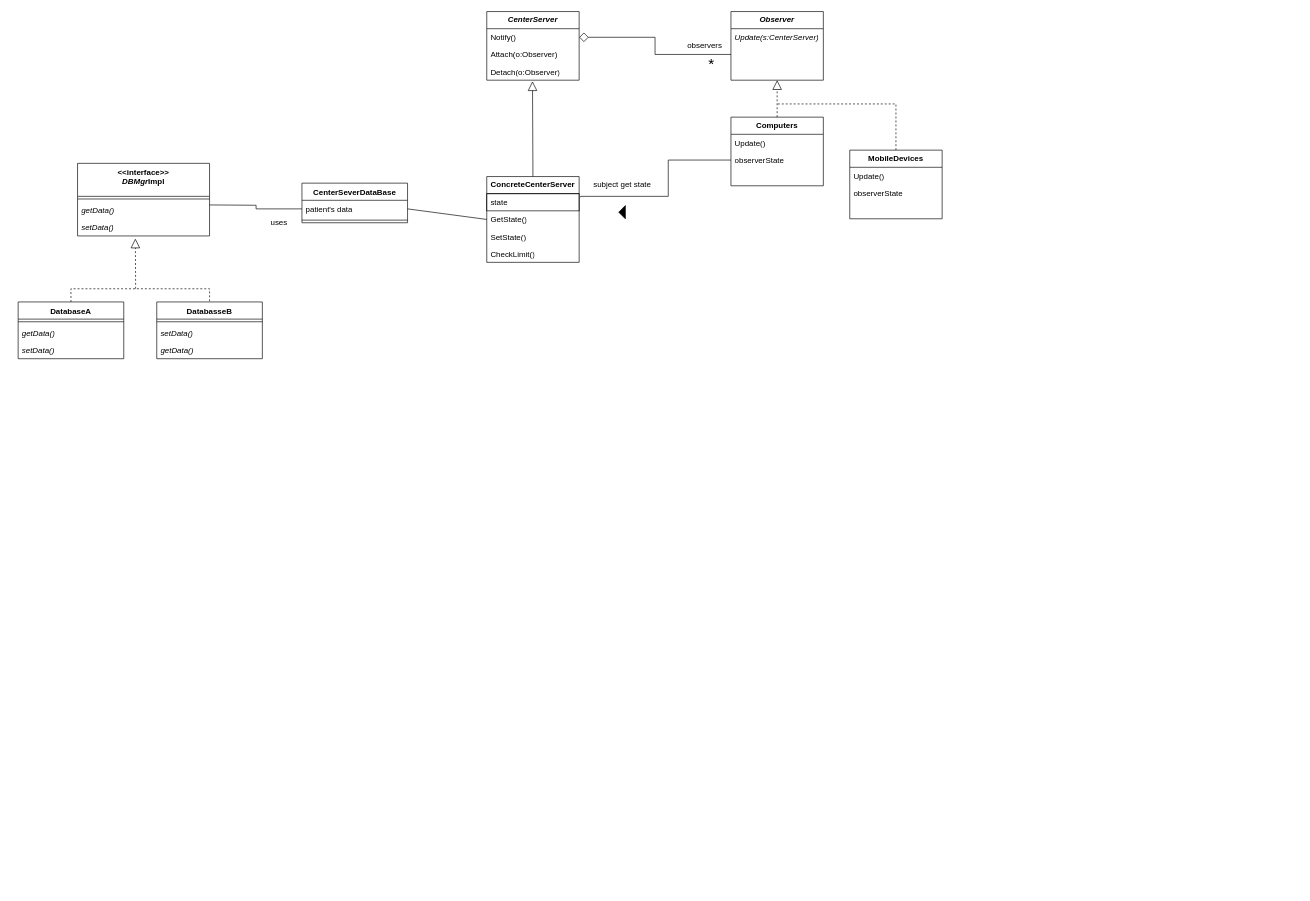
The draw.io diagram Assignment3_CSE4361.drawio in VoHoAnhTuan/Diagrams, before the edit. Source tidied: cells renumbered, new cells numbered last; positions are measured from the earlier drawing's top-left corner, leaving out a move shared by most shapes. Both pictures are drawn from the tidied source at 66%, with x=0, y=0 at pixel (18, 11).
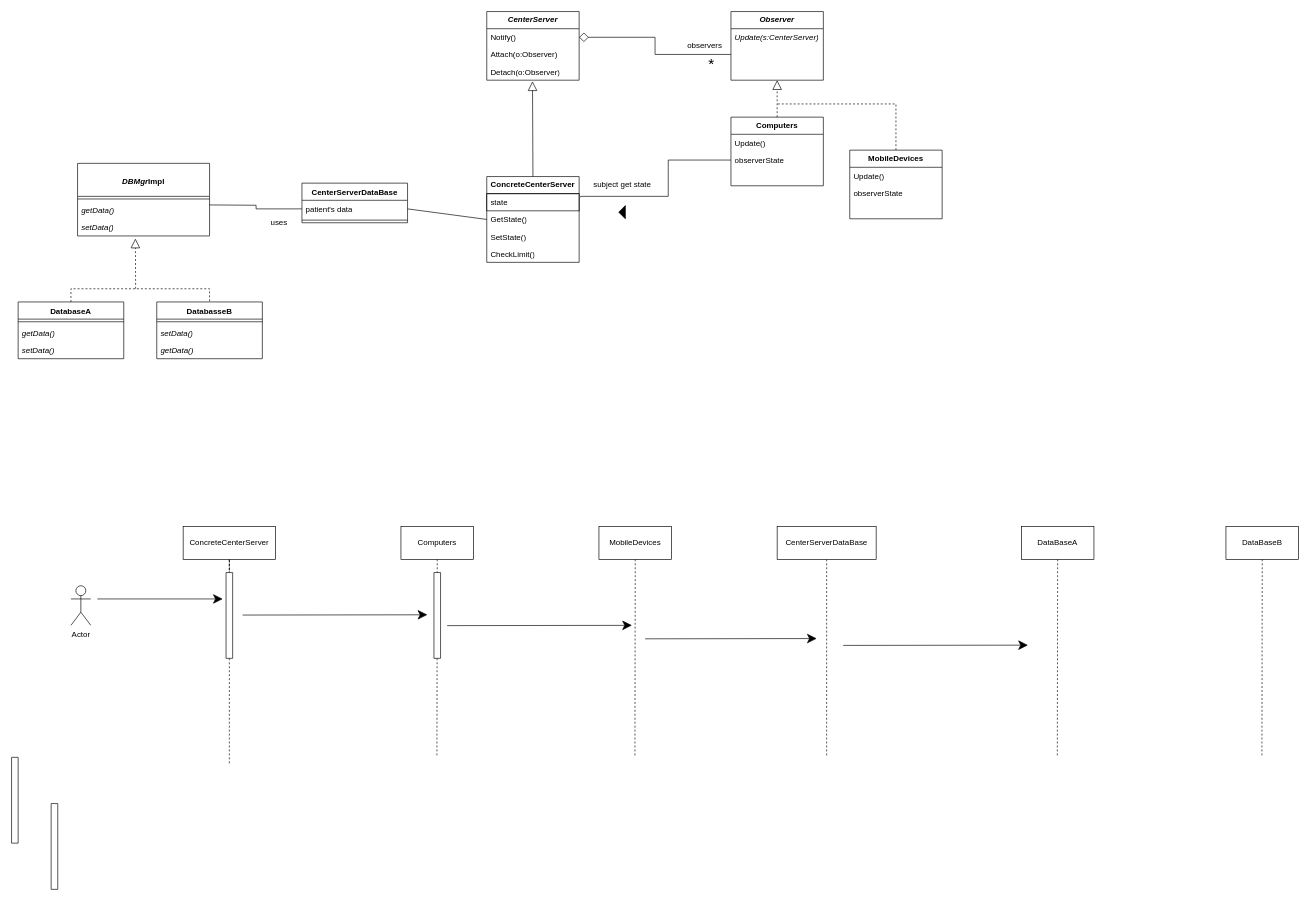
The same page after the edit.

What changed in the source:
```diff
@@
-    <mxCell id="32" value="CenterSeverDataBase" style="swimlane;fontStyle=1;align=center;verticalAlign=top;horizontal=1;startSize=26;whiteSpace=wrap;html=1;" parent="1" vertex="1">
+    <mxCell id="32" value="CenterServerDataBase" style="swimlane;fontStyle=1;align=center;verticalAlign=top;horizontal=1;startSize=26;whiteSpace=wrap;html=1;" parent="1" vertex="1">
       <mxGeometry x="430" y="260" width="160" height="60" as="geometry" />
     </mxCell>
@@
-    <mxCell id="45" value="&amp;lt;&amp;lt;interface&amp;gt;&amp;gt;&lt;br&gt;&lt;div&gt;&lt;i&gt;DBMgr&lt;/i&gt;Impl&lt;/div&gt;" style="swimlane;fontStyle=1;align=center;verticalAlign=top;horizontal=1;startSize=50;whiteSpace=wrap;html=1;" parent="1" vertex="1">
+    <mxCell id="45" value="&lt;br&gt;&lt;div&gt;&lt;i&gt;DBMgr&lt;/i&gt;Impl&lt;/div&gt;" style="swimlane;fontStyle=1;align=center;verticalAlign=top;horizontal=1;startSize=50;whiteSpace=wrap;html=1;" parent="1" vertex="1">
       <mxGeometry x="90" y="230" width="200" height="110" as="geometry" />
     </mxCell>
@@
+    <mxCell id="52" value="Actor" style="shape=umlActor;verticalLabelPosition=bottom;verticalAlign=top;html=1;" parent="1" vertex="1">
+      <mxGeometry x="80" y="870" width="30" height="60" as="geometry" />
+    </mxCell>
+    <mxCell id="53" style="edgeStyle=orthogonalEdgeStyle;rounded=0;jettySize=auto;html=1;exitX=0.5;exitY=1;exitDx=0;exitDy=0;endArrow=none;endFill=0;dashed=1;" parent="1" edge="1" source="66">
+      <mxGeometry relative="1" as="geometry">
+        <mxPoint x="320" y="1140" as="targetPoint" />
+        <Array as="points">
+          <mxPoint x="320" y="1130" />
+        </Array>
+      </mxGeometry>
+    </mxCell>
+    <mxCell id="54" value="ConcreteCenterServer" style="html=1;whiteSpace=wrap;" parent="1" vertex="1">
+      <mxGeometry x="250" y="780" width="140" height="50" as="geometry" />
+    </mxCell>
+    <mxCell id="55" style="edgeStyle=orthogonalEdgeStyle;rounded=0;jettySize=auto;html=1;exitX=0.5;exitY=1;exitDx=0;exitDy=0;endArrow=none;endFill=0;dashed=1;" parent="1" edge="1" source="56">
+      <mxGeometry relative="1" as="geometry">
+        <mxPoint x="634.5" y="1130" as="targetPoint" />
+      </mxGeometry>
+    </mxCell>
+    <mxCell id="56" value="Computers" style="html=1;whiteSpace=wrap;" parent="1" vertex="1">
+      <mxGeometry x="580" y="780" width="110" height="50" as="geometry" />
+    </mxCell>
+    <mxCell id="57" style="edgeStyle=orthogonalEdgeStyle;rounded=0;jettySize=auto;html=1;exitX=0.5;exitY=1;exitDx=0;exitDy=0;endArrow=none;endFill=0;dashed=1;" parent="1" edge="1" source="58">
+      <mxGeometry relative="1" as="geometry">
+        <mxPoint x="934.5" y="1130" as="targetPoint" />
+      </mxGeometry>
+    </mxCell>
+    <mxCell id="58" value="MobileDevices" style="html=1;whiteSpace=wrap;" parent="1" vertex="1">
+      <mxGeometry x="880" y="780" width="110" height="50" as="geometry" />
+    </mxCell>
+    <mxCell id="59" style="edgeStyle=orthogonalEdgeStyle;rounded=0;jettySize=auto;html=1;exitX=0.5;exitY=1;exitDx=0;exitDy=0;endArrow=none;endFill=0;dashed=1;" parent="1" edge="1" source="60">
+      <mxGeometry relative="1" as="geometry">
+        <mxPoint x="1225" y="1130" as="targetPoint" />
+      </mxGeometry>
+    </mxCell>
+    <mxCell id="60" value="CenterServerDataBase" style="html=1;whiteSpace=wrap;" parent="1" vertex="1">
+      <mxGeometry x="1150" y="780" width="150" height="50" as="geometry" />
+    </mxCell>
+    <mxCell id="61" style="edgeStyle=orthogonalEdgeStyle;rounded=0;jettySize=auto;html=1;exitX=0.5;exitY=1;exitDx=0;exitDy=0;endArrow=none;endFill=0;dashed=1;" parent="1" edge="1" source="62">
+      <mxGeometry relative="1" as="geometry">
+        <mxPoint x="1574.5" y="1130" as="targetPoint" />
+      </mxGeometry>
+    </mxCell>
+    <mxCell id="62" value="DataBaseA" style="html=1;whiteSpace=wrap;" parent="1" vertex="1">
+      <mxGeometry x="1520" y="780" width="110" height="50" as="geometry" />
+    </mxCell>
+    <mxCell id="63" style="edgeStyle=orthogonalEdgeStyle;rounded=0;jettySize=auto;html=1;exitX=0.5;exitY=1;exitDx=0;exitDy=0;endArrow=none;endFill=0;dashed=1;" parent="1" edge="1" source="64">
+      <mxGeometry relative="1" as="geometry">
+        <mxPoint x="1884.5" y="1130" as="targetPoint" />
+      </mxGeometry>
+    </mxCell>
+    <mxCell id="64" value="DataBaseB" style="html=1;whiteSpace=wrap;" parent="1" vertex="1">
+      <mxGeometry x="1830" y="780" width="110" height="50" as="geometry" />
+    </mxCell>
+    <mxCell id="65" style="edgeStyle=orthogonalEdgeStyle;rounded=0;jettySize=auto;html=1;exitX=0.5;exitY=1;exitDx=0;exitDy=0;endArrow=none;endFill=0;dashed=1;" parent="1" edge="1" source="54" target="66">
+      <mxGeometry relative="1" as="geometry" />
+    </mxCell>
+    <mxCell id="66" style="verticalLabelPosition=bottom;verticalAlign=top;html=1;shape=mxgraph.basic.rect;fillColor2=none;strokeWidth=1;size=20;indent=5;" parent="1" vertex="1">
+      <mxGeometry x="315" y="850" width="10" height="130" as="geometry" />
+    </mxCell>
+    <mxCell id="67" style="verticalLabelPosition=bottom;verticalAlign=top;html=1;shape=mxgraph.basic.rect;fillColor2=none;strokeWidth=1;size=20;indent=5;" parent="1" vertex="1">
+      <mxGeometry x="630" y="850" width="10" height="130" as="geometry" />
+    </mxCell>
+    <mxCell id="68" style="verticalLabelPosition=bottom;verticalAlign=top;html=1;shape=mxgraph.basic.rect;fillColor2=none;strokeWidth=1;size=20;indent=5;" parent="1" vertex="1">
+      <mxGeometry x="50" y="1200" width="10" height="130" as="geometry" />
+    </mxCell>
+    <mxCell id="69" style="verticalLabelPosition=bottom;verticalAlign=top;html=1;shape=mxgraph.basic.rect;fillColor2=none;strokeWidth=1;size=20;indent=5;" parent="1" vertex="1">
+      <mxGeometry x="-10" y="1130" width="10" height="130" as="geometry" />
+    </mxCell>
+    <mxCell id="70" style="endArrow=classic;endFill=1;endSize=12;html=1;rounded=0;" parent="1" edge="1">
+      <mxGeometry relative="1" as="geometry">
+        <mxPoint x="120" y="890" as="sourcePoint" />
+        <mxPoint x="310" y="890" as="targetPoint" />
+      </mxGeometry>
+    </mxCell>
+    <mxCell id="71" style="endArrow=classic;endFill=1;endSize=12;html=1;rounded=0;" parent="1" edge="1">
+      <mxGeometry relative="1" as="geometry">
+        <mxPoint x="340" y="914.4" as="sourcePoint" />
+        <mxPoint x="620" y="914" as="targetPoint" />
+      </mxGeometry>
+    </mxCell>
+    <mxCell id="72" style="endArrow=classic;endFill=1;endSize=12;html=1;rounded=0;" parent="1" edge="1">
+      <mxGeometry relative="1" as="geometry">
+        <mxPoint x="650" y="930.4" as="sourcePoint" />
+        <mxPoint x="930" y="930" as="targetPoint" />
+      </mxGeometry>
+    </mxCell>
+    <mxCell id="73" style="endArrow=classic;endFill=1;endSize=12;html=1;rounded=0;" parent="1" edge="1">
+      <mxGeometry relative="1" as="geometry">
+        <mxPoint x="950" y="950.4" as="sourcePoint" />
+        <mxPoint x="1210" y="950" as="targetPoint" />
+      </mxGeometry>
+    </mxCell>
+    <mxCell id="74" style="endArrow=classic;endFill=1;endSize=12;html=1;rounded=0;" parent="1" edge="1">
+      <mxGeometry relative="1" as="geometry">
+        <mxPoint x="1250" y="960.4" as="sourcePoint" />
+        <mxPoint x="1530" y="960" as="targetPoint" />
+      </mxGeometry>
+    </mxCell>
```
